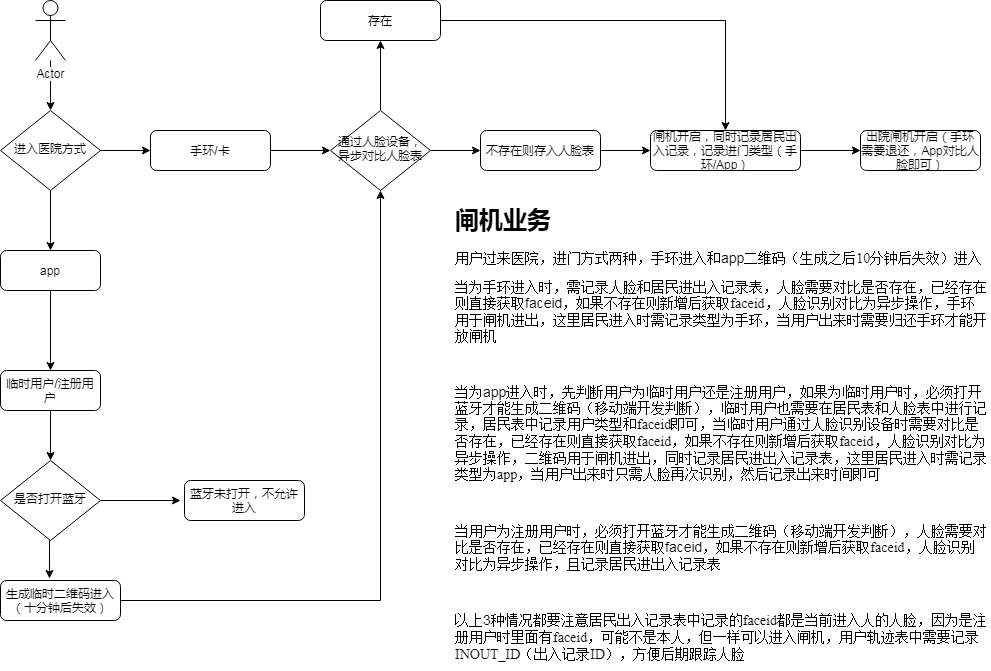
Earlier version of the draw.io export 闸机.png (yin8133/imageFile). Source tidied: cells renumbered, new cells last; positions are measured from the earlier drawing's top-left corner, leaving out a move shared by most shapes.
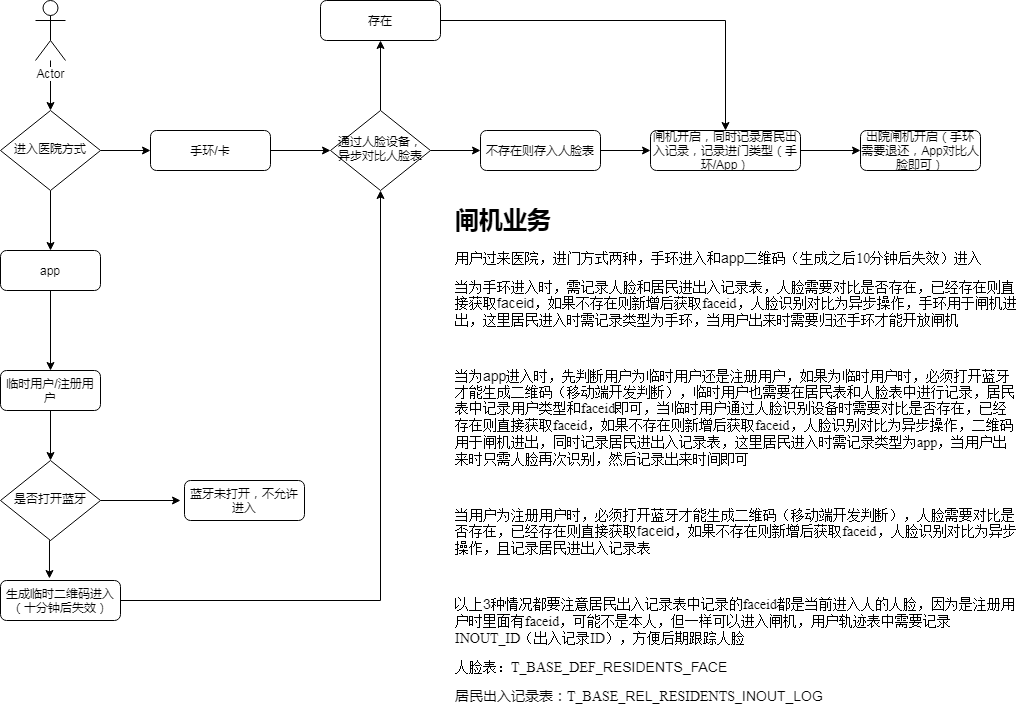
After the change.

Diff of the diagram source:
```diff
@@ -91,8 +91,8 @@
     <mxCell id="28" value="出院闸机开启（手环需要退还，App对比人脸即可）" style="rounded=1;whiteSpace=wrap;html=1;fontSize=12;glass=0;strokeWidth=1;shadow=0;" parent="1" vertex="1">
       <mxGeometry x="860" y="130" width="120" height="40" as="geometry" />
     </mxCell>
-    <mxCell id="29" value="&lt;h1&gt;闸机业务&lt;/h1&gt;&lt;p class=&quot;MsoNormal&quot;&gt;&lt;span style=&quot;font-size: 10.5000pt&quot;&gt;&lt;font face=&quot;宋体&quot;&gt;用户过来医院，进门方式两种，手环进入和&lt;/font&gt;app&lt;font face=&quot;宋体&quot;&gt;二维码（生成之后&lt;/font&gt;&lt;font face=&quot;Times New Roman&quot;&gt;10&lt;/font&gt;&lt;font face=&quot;宋体&quot;&gt;分钟后失效）进入&lt;/font&gt;&lt;/span&gt;&lt;span style=&quot;font-size: 10.5000pt&quot;&gt;&lt;/span&gt;&lt;/p&gt;&lt;p class=&quot;MsoNormal&quot;&gt;&lt;span style=&quot;font-size: 10.5000pt&quot;&gt;&lt;font face=&quot;宋体&quot;&gt;当为手环进入时，需记录人脸和居民进出入记录表，人脸需要对比是否存在，已经存在则直接获取&lt;/font&gt;faceid&lt;font face=&quot;宋体&quot;&gt;，如果不存在则新增后获取&lt;/font&gt;&lt;font face=&quot;Times New Roman&quot;&gt;faceid&lt;/font&gt;&lt;font face=&quot;宋体&quot;&gt;，人脸识别对比为异步操作，手环用于闸机进出，这里居民进入时需记录类型为手环，当用户出来时需要归还手环才能开放闸机&lt;/font&gt;&lt;/span&gt;&lt;span style=&quot;font-size: 10.5000pt&quot;&gt;&lt;/span&gt;&lt;/p&gt;&lt;p class=&quot;MsoNormal&quot;&gt;&lt;span style=&quot;font-size: 10.5000pt&quot;&gt;&amp;nbsp;&lt;/span&gt;&lt;/p&gt;&lt;p class=&quot;MsoNormal&quot;&gt;&lt;span style=&quot;font-size: 10.5000pt&quot;&gt;&lt;font face=&quot;宋体&quot;&gt;当为&lt;/font&gt;app&lt;font face=&quot;宋体&quot;&gt;进入时，先判断用户为临时用户还是注册用户，如果为临时用户时，必须打开蓝牙才能生成二维码（移动端开发判断），临时用户也需要在居民表和人脸表中进行记录，居民表中记录用户类型和&lt;/font&gt;&lt;font face=&quot;Times New Roman&quot;&gt;faceid&lt;/font&gt;&lt;font face=&quot;宋体&quot;&gt;即可，当临时用户通过人脸识别设备时需要对比是否存在，已经存在则直接获取&lt;/font&gt;&lt;font face=&quot;Times New Roman&quot;&gt;faceid&lt;/font&gt;&lt;font face=&quot;宋体&quot;&gt;，如果不存在则新增后获取&lt;/font&gt;&lt;font face=&quot;Times New Roman&quot;&gt;faceid&lt;/font&gt;&lt;font face=&quot;宋体&quot;&gt;，人脸识别对比为异步操作，二维码用于闸机进出，同时记录居民进出入记录表，这里居民进入时需记录类型为&lt;/font&gt;&lt;font face=&quot;Times New Roman&quot;&gt;app&lt;/font&gt;&lt;font face=&quot;宋体&quot;&gt;，当用户出来时只需人脸再次识别，然后记录出来时间即可&lt;/font&gt;&lt;/span&gt;&lt;span style=&quot;font-size: 10.5000pt&quot;&gt;&lt;/span&gt;&lt;/p&gt;&lt;p class=&quot;MsoNormal&quot;&gt;&lt;span style=&quot;font-size: 10.5000pt&quot;&gt;&amp;nbsp;&lt;/span&gt;&lt;/p&gt;&lt;p class=&quot;MsoNormal&quot;&gt;&lt;span style=&quot;font-size: 10.5000pt&quot;&gt;&lt;font face=&quot;宋体&quot;&gt;当用户为注册用户时，必须打开蓝牙才能生成二维码（移动端开发判断），人脸需要对比是否存在，已经存在则直接获取&lt;/font&gt;faceid&lt;font face=&quot;宋体&quot;&gt;，如果不存在则新增后获取&lt;/font&gt;&lt;font face=&quot;Times New Roman&quot;&gt;faceid&lt;/font&gt;&lt;font face=&quot;宋体&quot;&gt;，人脸识别对比为异步操作，且记录居民进出入记录表&lt;/font&gt;&lt;/span&gt;&lt;span style=&quot;font-size: 10.5000pt&quot;&gt;&lt;/span&gt;&lt;/p&gt;&lt;p class=&quot;MsoNormal&quot;&gt;&lt;span style=&quot;font-size: 10.5000pt&quot;&gt;&amp;nbsp;&lt;/span&gt;&lt;/p&gt;&lt;p&gt;&lt;/p&gt;&lt;p class=&quot;MsoNormal&quot;&gt;&lt;span style=&quot;font-size: 10.5000pt&quot;&gt;&lt;font face=&quot;宋体&quot;&gt;以上&lt;/font&gt;3&lt;font face=&quot;宋体&quot;&gt;种情况都要注意居民出入记录表中记录的&lt;/font&gt;&lt;font face=&quot;Times New Roman&quot;&gt;faceid&lt;/font&gt;&lt;font face=&quot;宋体&quot;&gt;都是当前进入人的人脸，因为是注册用户时里面有&lt;/font&gt;&lt;font face=&quot;Times New Roman&quot;&gt;faceid&lt;/font&gt;&lt;font face=&quot;宋体&quot;&gt;，可能不是本人，但一样可以进入闸机，用户轨迹表中需要记录&lt;/font&gt;&lt;font face=&quot;Times New Roman&quot;&gt;INOUT_ID&lt;/font&gt;&lt;font face=&quot;宋体&quot;&gt;（出入记录&lt;/font&gt;&lt;font face=&quot;Times New Roman&quot;&gt;ID&lt;/font&gt;&lt;font face=&quot;宋体&quot;&gt;），方便后期跟踪人脸&lt;/font&gt;&lt;/span&gt;&lt;span style=&quot;font-family: &amp;#34;times new roman&amp;#34; ; font-size: 10.5000pt&quot;&gt;&lt;/span&gt;&lt;/p&gt;" style="text;html=1;strokeColor=none;fillColor=none;spacing=5;spacingTop=-20;whiteSpace=wrap;overflow=hidden;rounded=0;" parent="1" vertex="1">
-      <mxGeometry x="450" y="200" width="540" height="470" as="geometry" />
+    <mxCell id="29" value="&lt;h1&gt;&lt;span id=&quot;pos_placeholder&quot; style=&quot;width: 0px ; height: 0px ; visibility: hidden ; margin: 0px ; padding: 0px&quot;&gt;&lt;/span&gt;&lt;span id=&quot;pos_placeholder&quot; style=&quot;width: 0px ; height: 0px ; visibility: hidden ; margin: 0px ; padding: 0px&quot;&gt;&lt;/span&gt;闸机业务&lt;/h1&gt;&lt;p class=&quot;MsoNormal&quot;&gt;&lt;span style=&quot;font-size: 10.5000pt&quot;&gt;&lt;font face=&quot;宋体&quot;&gt;用户过来医院，进门方式两种，手环进入和&lt;/font&gt;app&lt;font face=&quot;宋体&quot;&gt;二维码（生成之后&lt;/font&gt;&lt;font face=&quot;Times New Roman&quot;&gt;10&lt;/font&gt;&lt;font face=&quot;宋体&quot;&gt;分钟后失效）进入&lt;/font&gt;&lt;/span&gt;&lt;span style=&quot;font-size: 10.5000pt&quot;&gt;&lt;/span&gt;&lt;/p&gt;&lt;p class=&quot;MsoNormal&quot;&gt;&lt;span style=&quot;font-size: 10.5000pt&quot;&gt;&lt;font face=&quot;宋体&quot;&gt;当为手环进入时，需记录人脸和居民进出入记录表，人脸需要对比是否存在，已经存在则直接获取&lt;/font&gt;faceid&lt;font face=&quot;宋体&quot;&gt;，如果不存在则新增后获取&lt;/font&gt;&lt;font face=&quot;Times New Roman&quot;&gt;faceid&lt;/font&gt;&lt;font face=&quot;宋体&quot;&gt;，人脸识别对比为异步操作，手环用于闸机进出，这里居民进入时需记录类型为手环，当用户出来时需要归还手环才能开放闸机&lt;/font&gt;&lt;/span&gt;&lt;span style=&quot;font-size: 10.5000pt&quot;&gt;&lt;/span&gt;&lt;/p&gt;&lt;p class=&quot;MsoNormal&quot;&gt;&lt;span style=&quot;font-size: 10.5000pt&quot;&gt;&amp;nbsp;&lt;/span&gt;&lt;/p&gt;&lt;p class=&quot;MsoNormal&quot;&gt;&lt;span style=&quot;font-size: 10.5000pt&quot;&gt;&lt;font face=&quot;宋体&quot;&gt;当为&lt;/font&gt;app&lt;font face=&quot;宋体&quot;&gt;进入时，先判断用户为临时用户还是注册用户，如果为临时用户时，必须打开蓝牙才能生成二维码（移动端开发判断），临时用户也需要在居民表和人脸表中进行记录，居民表中记录用户类型和&lt;/font&gt;&lt;font face=&quot;Times New Roman&quot;&gt;faceid&lt;/font&gt;&lt;font face=&quot;宋体&quot;&gt;即可，当临时用户通过人脸识别设备时需要对比是否存在，已经存在则直接获取&lt;/font&gt;&lt;font face=&quot;Times New Roman&quot;&gt;faceid&lt;/font&gt;&lt;font face=&quot;宋体&quot;&gt;，如果不存在则新增后获取&lt;/font&gt;&lt;font face=&quot;Times New Roman&quot;&gt;faceid&lt;/font&gt;&lt;font face=&quot;宋体&quot;&gt;，人脸识别对比为异步操作，二维码用于闸机进出，同时记录居民进出入记录表，这里居民进入时需记录类型为&lt;/font&gt;&lt;font face=&quot;Times New Roman&quot;&gt;app&lt;/font&gt;&lt;font face=&quot;宋体&quot;&gt;，当用户出来时只需人脸再次识别，然后记录出来时间即可&lt;/font&gt;&lt;/span&gt;&lt;span style=&quot;font-size: 10.5000pt&quot;&gt;&lt;/span&gt;&lt;/p&gt;&lt;p class=&quot;MsoNormal&quot;&gt;&lt;span style=&quot;font-size: 10.5000pt&quot;&gt;&amp;nbsp;&lt;/span&gt;&lt;/p&gt;&lt;p class=&quot;MsoNormal&quot;&gt;&lt;span style=&quot;font-size: 10.5000pt&quot;&gt;&lt;font face=&quot;宋体&quot;&gt;当用户为注册用户时，必须打开蓝牙才能生成二维码（移动端开发判断），人脸需要对比是否存在，已经存在则直接获取&lt;/font&gt;faceid&lt;font face=&quot;宋体&quot;&gt;，如果不存在则新增后获取&lt;/font&gt;&lt;font face=&quot;Times New Roman&quot;&gt;faceid&lt;/font&gt;&lt;font face=&quot;宋体&quot;&gt;，人脸识别对比为异步操作，且记录居民进出入记录表&lt;/font&gt;&lt;/span&gt;&lt;span style=&quot;font-size: 10.5000pt&quot;&gt;&lt;/span&gt;&lt;/p&gt;&lt;p class=&quot;MsoNormal&quot;&gt;&lt;span style=&quot;font-size: 10.5000pt&quot;&gt;&amp;nbsp;&lt;/span&gt;&lt;/p&gt;&lt;p&gt;&lt;/p&gt;&lt;p class=&quot;MsoNormal&quot;&gt;&lt;span style=&quot;font-size: 10.5000pt&quot;&gt;&lt;font face=&quot;宋体&quot;&gt;以上&lt;/font&gt;3&lt;font face=&quot;宋体&quot;&gt;种情况都要注意居民出入记录表中记录的&lt;/font&gt;&lt;font face=&quot;Times New Roman&quot;&gt;faceid&lt;/font&gt;&lt;font face=&quot;宋体&quot;&gt;都是当前进入人的人脸，因为是注册用户时里面有&lt;/font&gt;&lt;font face=&quot;Times New Roman&quot;&gt;faceid&lt;/font&gt;&lt;font face=&quot;宋体&quot;&gt;，可能不是本人，但一样可以进入闸机，用户轨迹表中需要记录&lt;/font&gt;&lt;font face=&quot;Times New Roman&quot;&gt;INOUT_ID&lt;/font&gt;&lt;font face=&quot;宋体&quot;&gt;（出入记录&lt;/font&gt;&lt;font face=&quot;Times New Roman&quot;&gt;ID&lt;/font&gt;&lt;font face=&quot;宋体&quot;&gt;），方便后期跟踪人脸&lt;/font&gt;&lt;/span&gt;&lt;span style=&quot;font-family: &amp;#34;times new roman&amp;#34; ; font-size: 10.5000pt&quot;&gt;&lt;/span&gt;&lt;/p&gt;&lt;p class=&quot;MsoNormal&quot;&gt;&lt;span style=&quot;font-size: 10.5000pt&quot;&gt;&lt;font face=&quot;宋体&quot;&gt;人脸表：&lt;/font&gt;&lt;/span&gt;&lt;span style=&quot;font-family: &amp;#34;times new roman&amp;#34; ; font-size: 10.5pt&quot;&gt;T_BASE_DEF_&lt;/span&gt;&lt;span style=&quot;font-size: 10.5pt&quot;&gt;RESIDENTS_FACE&lt;/span&gt;&lt;/p&gt;&lt;p class=&quot;MsoNormal&quot;&gt;&lt;span style=&quot;font-size: 10.5pt&quot;&gt;居民出入记录表：&lt;/span&gt;&lt;span style=&quot;font-family: &amp;#34;times new roman&amp;#34; ; font-size: 10.5pt&quot;&gt;T_BASE_&lt;/span&gt;&lt;span style=&quot;font-size: 10.5pt&quot;&gt;REL&lt;/span&gt;&lt;span style=&quot;font-family: &amp;#34;times new roman&amp;#34; ; font-size: 10.5pt&quot;&gt;_RESIDENTS_&lt;/span&gt;&lt;span style=&quot;font-size: 10.5pt&quot;&gt;INOUT_LOG&lt;/span&gt;&lt;/p&gt;&lt;p class=&quot;MsoNormal&quot;&gt;&lt;span style=&quot;font-size: 10.5pt&quot;&gt;&lt;br&gt;&lt;/span&gt;&lt;/p&gt;&lt;p class=&quot;MsoNormal&quot;&gt;&lt;span style=&quot;font-size: 10.5000pt&quot;&gt;&lt;font face=&quot;宋体&quot;&gt;&lt;br&gt;&lt;/font&gt;&lt;/span&gt;&lt;/p&gt;" style="text;html=1;strokeColor=none;fillColor=none;spacing=5;spacingTop=-20;whiteSpace=wrap;overflow=hidden;rounded=0;" parent="1" vertex="1">
+      <mxGeometry x="450" y="200" width="570" height="510" as="geometry" />
     </mxCell>
   </root>
 </mxGraphModel>
```
